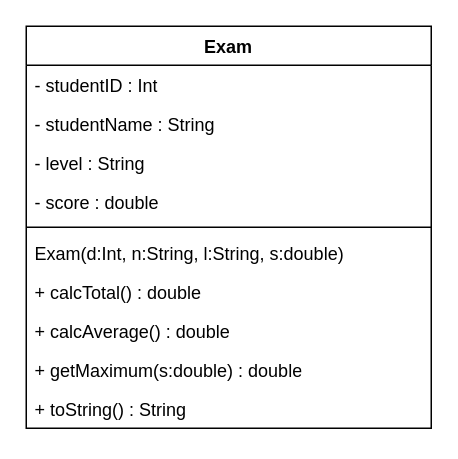
i4GS/test keeps this draw.io diagram as Portfolio_Question2.drawio. Above is the earlier version. Source tidied: cells renumbered, new cells numbered last; positions are measured from the earlier drawing's top-left corner, leaving out a move shared by most shapes. Both pictures are drawn from the tidied source at 150%, with x=0, y=0 at pixel (26, 26).
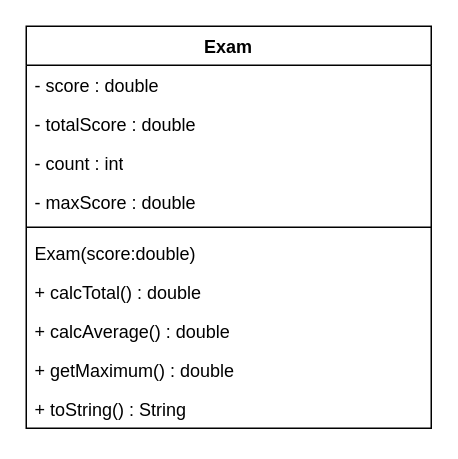
The same diagram, later.

Change to the diagram source:
```diff
@@
 <mxGraphModel>
   <root>
     <mxCell id="0" />
     <mxCell id="1" parent="0" />
     <mxCell id="2" value="Exam" style="swimlane;fontStyle=1;align=center;verticalAlign=top;horizontal=1;startSize=26;whiteSpace=wrap;html=1;" parent="1" vertex="1">
       <mxGeometry width="270" height="268" as="geometry" />
     </mxCell>
-    <mxCell id="3" value="- studentID : Int" style="text;strokeColor=none;fillColor=none;align=left;verticalAlign=top;spacingLeft=4;spacingRight=4;overflow=hidden;whiteSpace=wrap;html=1;" parent="2" vertex="1">
+    <mxCell id="3" value="- score : double" style="text;strokeColor=none;fillColor=none;align=left;verticalAlign=top;spacingLeft=4;spacingRight=4;overflow=hidden;whiteSpace=wrap;html=1;" parent="2" vertex="1">
       <mxGeometry y="26" width="270" height="26" as="geometry" />
     </mxCell>
-    <mxCell id="4" value="- studentName : String" style="text;strokeColor=none;fillColor=none;align=left;verticalAlign=top;spacingLeft=4;spacingRight=4;overflow=hidden;whiteSpace=wrap;html=1;" parent="2" vertex="1">
+    <mxCell id="4" value="- totalScore : double" style="text;strokeColor=none;fillColor=none;align=left;verticalAlign=top;spacingLeft=4;spacingRight=4;overflow=hidden;whiteSpace=wrap;html=1;" parent="2" vertex="1">
       <mxGeometry y="52" width="270" height="26" as="geometry" />
     </mxCell>
-    <mxCell id="5" value="- level : String" style="text;strokeColor=none;fillColor=none;align=left;verticalAlign=top;spacingLeft=4;spacingRight=4;overflow=hidden;whiteSpace=wrap;html=1;" parent="2" vertex="1">
+    <mxCell id="5" value="- count : int" style="text;strokeColor=none;fillColor=none;align=left;verticalAlign=top;spacingLeft=4;spacingRight=4;overflow=hidden;whiteSpace=wrap;html=1;" parent="2" vertex="1">
       <mxGeometry y="78" width="270" height="26" as="geometry" />
     </mxCell>
-    <mxCell id="6" value="- score : double" style="text;strokeColor=none;fillColor=none;align=left;verticalAlign=top;spacingLeft=4;spacingRight=4;overflow=hidden;whiteSpace=wrap;html=1;" parent="2" vertex="1">
+    <mxCell id="6" value="- maxScore : double" style="text;strokeColor=none;fillColor=none;align=left;verticalAlign=top;spacingLeft=4;spacingRight=4;overflow=hidden;whiteSpace=wrap;html=1;" parent="2" vertex="1">
       <mxGeometry y="104" width="270" height="26" as="geometry" />
     </mxCell>
     <mxCell id="7" style="line;strokeWidth=1;fillColor=none;align=left;verticalAlign=middle;spacingTop=-1;spacingLeft=3;spacingRight=3;labelPosition=right;strokeColor=inherit;" parent="2" vertex="1">
       <mxGeometry y="130" width="270" height="8" as="geometry" />
     </mxCell>
-    <mxCell id="8" value="Exam(d:Int, n:String, l:String, s:double)" style="text;strokeColor=none;fillColor=none;align=left;verticalAlign=top;spacingLeft=4;spacingRight=4;overflow=hidden;whiteSpace=wrap;html=1;" parent="2" vertex="1">
+    <mxCell id="8" value="Exam(score:double)" style="text;strokeColor=none;fillColor=none;align=left;verticalAlign=top;spacingLeft=4;spacingRight=4;overflow=hidden;whiteSpace=wrap;html=1;" parent="2" vertex="1">
       <mxGeometry y="138" width="270" height="26" as="geometry" />
     </mxCell>
     <mxCell id="9" value="+ calcTotal() : double" style="text;strokeColor=none;fillColor=none;align=left;verticalAlign=top;spacingLeft=4;spacingRight=4;overflow=hidden;whiteSpace=wrap;html=1;" parent="2" vertex="1">
       <mxGeometry y="164" width="270" height="26" as="geometry" />
     </mxCell>
     <mxCell id="10" value="+ calcAverage() : double" style="text;strokeColor=none;fillColor=none;align=left;verticalAlign=top;spacingLeft=4;spacingRight=4;overflow=hidden;whiteSpace=wrap;html=1;" parent="2" vertex="1">
       <mxGeometry y="190" width="270" height="26" as="geometry" />
     </mxCell>
-    <mxCell id="11" value="+ getMaximum(s:double) : double" style="text;strokeColor=none;fillColor=none;align=left;verticalAlign=top;spacingLeft=4;spacingRight=4;overflow=hidden;whiteSpace=wrap;html=1;" parent="2" vertex="1">
+    <mxCell id="11" value="+ getMaximum() : double" style="text;strokeColor=none;fillColor=none;align=left;verticalAlign=top;spacingLeft=4;spacingRight=4;overflow=hidden;whiteSpace=wrap;html=1;" parent="2" vertex="1">
       <mxGeometry y="216" width="270" height="26" as="geometry" />
     </mxCell>
     <mxCell id="12" value="+ toString() : String" style="text;strokeColor=none;fillColor=none;align=left;verticalAlign=top;spacingLeft=4;spacingRight=4;overflow=hidden;whiteSpace=wrap;html=1;" parent="2" vertex="1">
       <mxGeometry y="242" width="270" height="26" as="geometry" />
     </mxCell>
   </root>
 </mxGraphModel>
```
